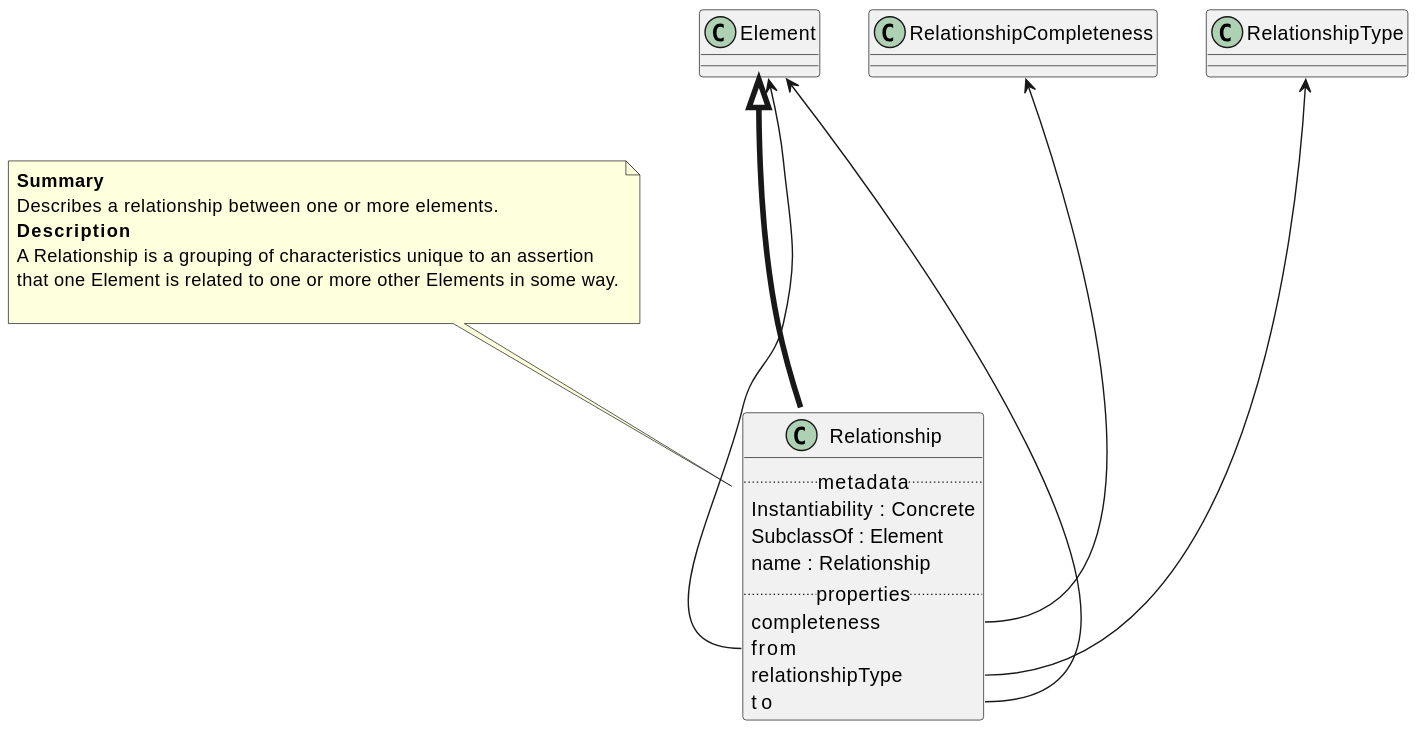
This is Classes/Relationship.svg from maxhbr/spec-parser.hs, a PlantUML export, as it was before one commit.
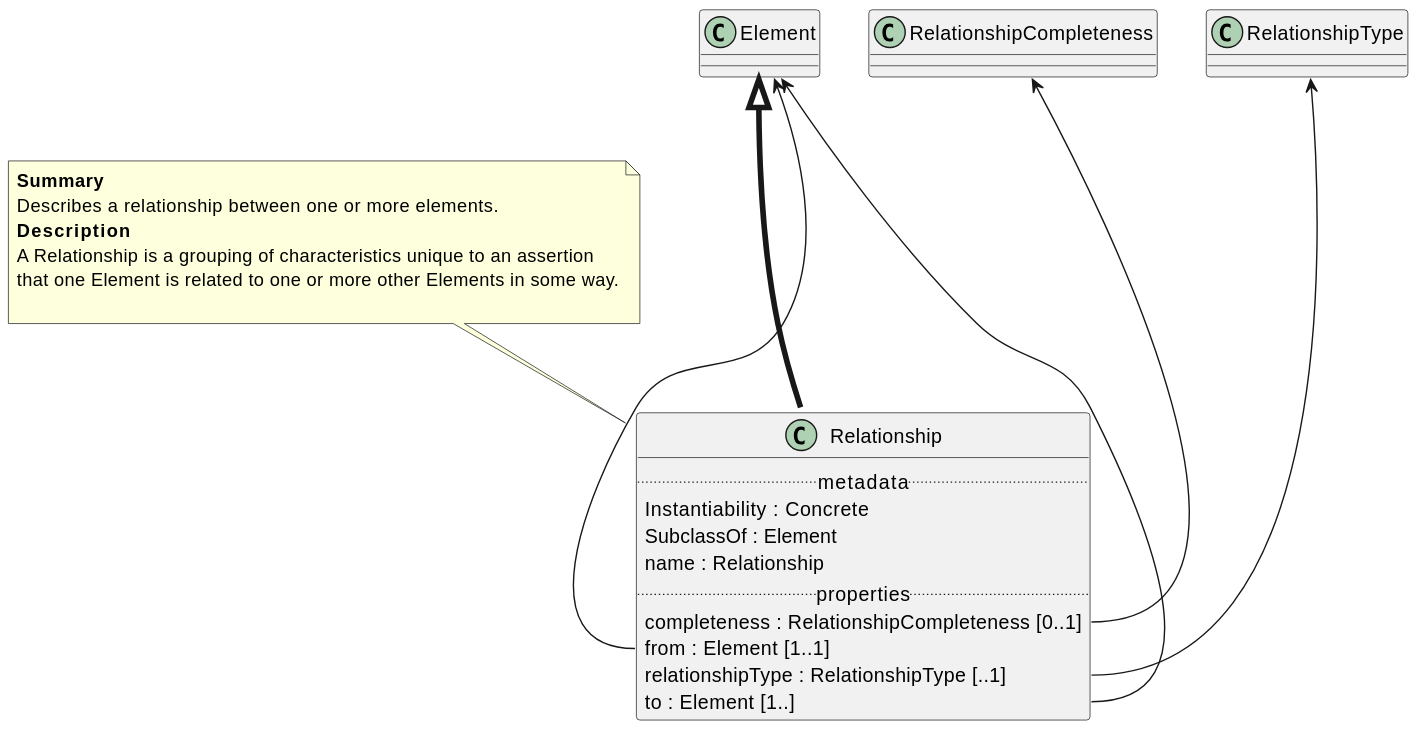
The same file after the commit.

Diff of the diagram source:
```diff
@@ -5,10 +5,10 @@
     SubclassOf : Element
     name : Relationship
 .. properties ..
-    completeness
-    from
-    relationshipType
-    to
+    completeness : RelationshipCompleteness [0..1]
+    from : Element [1..1]
+    relationshipType : RelationshipType [..1]
+    to : Element [1..]
 }
 note top of Relationship
 <b>Summary</b>
```
